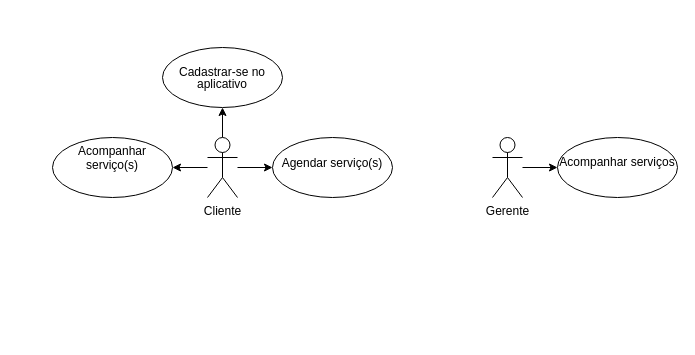
This is Documentação/Caso de Uso SIG.drawio from IgorC0st4/sig, a draw.io file, before an edit. Source tidied: cells renumbered, new cells numbered last; positions are measured from the earlier drawing's top-left corner, leaving out a move shared by most shapes. Both pictures are drawn from the tidied source at 100%, with x=0, y=0 at pixel (52, 47).
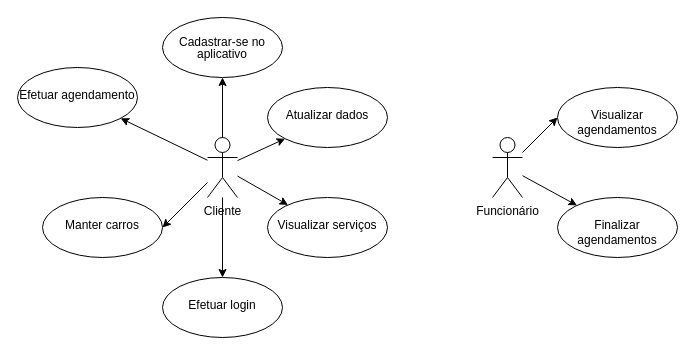
After the change.

What changed in the source:
```diff
@@
 <mxGraphModel>
   <root>
     <mxCell id="0" />
     <mxCell id="1" parent="0" />
-    <mxCell id="2" style="edgeStyle=orthogonalEdgeStyle;rounded=0;jettySize=auto;html=1;" parent="1" edge="1" source="5" target="6">
+    <mxCell id="2" style="rounded=0;jettySize=auto;html=1;" parent="1" edge="1" source="5" target="6">
       <mxGeometry relative="1" as="geometry" />
     </mxCell>
-    <mxCell id="3" style="edgeStyle=orthogonalEdgeStyle;rounded=0;jettySize=auto;html=1;" parent="1" edge="1" source="5" target="7">
+    <mxCell id="3" style="jettySize=auto;html=1;strokeColor=default;rounded=0;" parent="1" edge="1" source="5" target="7">
       <mxGeometry relative="1" as="geometry" />
     </mxCell>
-    <mxCell id="4" style="edgeStyle=orthogonalEdgeStyle;rounded=0;jettySize=auto;html=1;" parent="1" edge="1" source="5" target="8">
+    <mxCell id="4" style="rounded=0;jettySize=auto;html=1;" parent="1" edge="1" source="5" target="8">
       <mxGeometry relative="1" as="geometry" />
     </mxCell>
+    <mxCell id="12" style="rounded=0;jettySize=auto;html=1;entryX=1;entryY=0.5;entryDx=0;entryDy=0;" parent="1" edge="1" source="5" target="16">
+      <mxGeometry relative="1" as="geometry" />
+    </mxCell>
+    <mxCell id="13" style="edgeStyle=none;rounded=0;jettySize=auto;html=1;entryX=0;entryY=1;entryDx=0;entryDy=0;strokeColor=default;" parent="1" edge="1" source="5" target="17">
+      <mxGeometry relative="1" as="geometry" />
+    </mxCell>
+    <mxCell id="14" style="edgeStyle=none;rounded=0;jettySize=auto;html=1;entryX=0.5;entryY=0;entryDx=0;entryDy=0;strokeColor=default;" parent="1" edge="1" source="5" target="18">
+      <mxGeometry relative="1" as="geometry" />
+    </mxCell>
     <mxCell id="5" value="&lt;div&gt;Cliente&lt;/div&gt;" style="shape=umlActor;verticalLabelPosition=bottom;verticalAlign=top;html=1;" parent="1" vertex="1">
       <mxGeometry x="155" y="90" width="30" height="60" as="geometry" />
     </mxCell>
-    <mxCell id="6" value="&lt;p style=&quot;line-height: 1&quot;&gt;&lt;/p&gt;&lt;div align=&quot;center&quot;&gt;Agendar serviço(s)&lt;br&gt;&lt;/div&gt;&lt;p&gt;&lt;/p&gt;" style="ellipse;whiteSpace=wrap;html=1;verticalAlign=top;align=center;" parent="1" vertex="1">
-      <mxGeometry x="220" y="90" width="120" height="60" as="geometry" />
+    <mxCell id="6" value="&lt;div&gt;&lt;br&gt;&lt;/div&gt;&lt;div&gt;Visualizar serviços&lt;/div&gt;" style="ellipse;whiteSpace=wrap;html=1;verticalAlign=top;align=center;" parent="1" vertex="1">
+      <mxGeometry x="215" y="150" width="120" height="60" as="geometry" />
     </mxCell>
-    <mxCell id="7" value="Acompanhar serviço(s)" style="ellipse;whiteSpace=wrap;html=1;verticalAlign=top;" parent="1" vertex="1">
-      <mxGeometry y="90" width="120" height="60" as="geometry" />
+    <mxCell id="7" value="&lt;br&gt;&lt;div&gt;Efetuar agendamento&lt;/div&gt;" style="ellipse;whiteSpace=wrap;html=1;verticalAlign=top;" parent="1" vertex="1">
+      <mxGeometry x="-35" y="20" width="120" height="60" as="geometry" />
     </mxCell>
     <mxCell id="8" value="&lt;p style=&quot;line-height: 1&quot;&gt;Cadastrar-se no aplicativo&lt;br&gt;&lt;/p&gt;" style="ellipse;whiteSpace=wrap;html=1;verticalAlign=top;" parent="1" vertex="1">
-      <mxGeometry x="110" width="120" height="60" as="geometry" />
+      <mxGeometry x="110" y="-30" width="120" height="60" as="geometry" />
     </mxCell>
-    <mxCell id="9" style="edgeStyle=orthogonalEdgeStyle;rounded=0;jettySize=auto;html=1;" parent="1" edge="1" source="10" target="11">
+    <mxCell id="9" style="rounded=0;jettySize=auto;html=1;" parent="1" edge="1" source="10" target="11">
       <mxGeometry relative="1" as="geometry" />
     </mxCell>
+    <mxCell id="15" style="edgeStyle=none;rounded=0;jettySize=auto;html=1;entryX=0;entryY=0.5;entryDx=0;entryDy=0;strokeColor=default;" parent="1" edge="1" source="10" target="19">
+      <mxGeometry relative="1" as="geometry" />
+    </mxCell>
-    <mxCell id="10" value="Gerente" style="shape=umlActor;verticalLabelPosition=bottom;verticalAlign=top;html=1;" parent="1" vertex="1">
+    <mxCell id="10" value="&lt;div&gt;Funcionário&lt;/div&gt;" style="shape=umlActor;verticalLabelPosition=bottom;verticalAlign=top;html=1;" parent="1" vertex="1">
       <mxGeometry x="440" y="90" width="30" height="60" as="geometry" />
     </mxCell>
-    <mxCell id="11" value="&lt;p style=&quot;line-height: 1&quot;&gt;Acompanhar serviços&lt;br&gt;&lt;/p&gt;" style="ellipse;whiteSpace=wrap;html=1;verticalAlign=top;align=center;" parent="1" vertex="1">
-      <mxGeometry x="505" y="90" width="120" height="60" as="geometry" />
+    <mxCell id="11" value="&lt;div&gt;&lt;br&gt;&lt;/div&gt;&lt;div&gt;Finalizar agendamentos&lt;/div&gt;" style="ellipse;whiteSpace=wrap;html=1;verticalAlign=top;align=center;" parent="1" vertex="1">
+      <mxGeometry x="505" y="150" width="120" height="60" as="geometry" />
     </mxCell>
+    <mxCell id="16" value="&lt;div&gt;&lt;br&gt;&lt;/div&gt;&lt;div align=&quot;center&quot;&gt;Manter carros&lt;/div&gt;" style="ellipse;whiteSpace=wrap;html=1;verticalAlign=top;align=center;" parent="1" vertex="1">
+      <mxGeometry x="-10" y="150" width="120" height="60" as="geometry" />
+    </mxCell>
+    <mxCell id="17" value="&lt;div&gt;&lt;br&gt;&lt;/div&gt;&lt;div&gt;Atualizar dados&lt;/div&gt;" style="ellipse;whiteSpace=wrap;html=1;verticalAlign=top;" parent="1" vertex="1">
+      <mxGeometry x="215" y="40" width="120" height="60" as="geometry" />
+    </mxCell>
+    <mxCell id="18" value="&lt;div&gt;&lt;br&gt;&lt;/div&gt;&lt;div&gt;Efetuar login&lt;/div&gt;" style="ellipse;whiteSpace=wrap;html=1;verticalAlign=top;" parent="1" vertex="1">
+      <mxGeometry x="110" y="230" width="120" height="60" as="geometry" />
+    </mxCell>
+    <mxCell id="19" value="&lt;div&gt;&lt;br&gt;&lt;/div&gt;&lt;div&gt;Visualizar agendamentos&lt;/div&gt;" style="ellipse;whiteSpace=wrap;html=1;verticalAlign=top;align=center;" parent="1" vertex="1">
+      <mxGeometry x="505" y="40" width="120" height="60" as="geometry" />
+    </mxCell>
   </root>
 </mxGraphModel>
```
